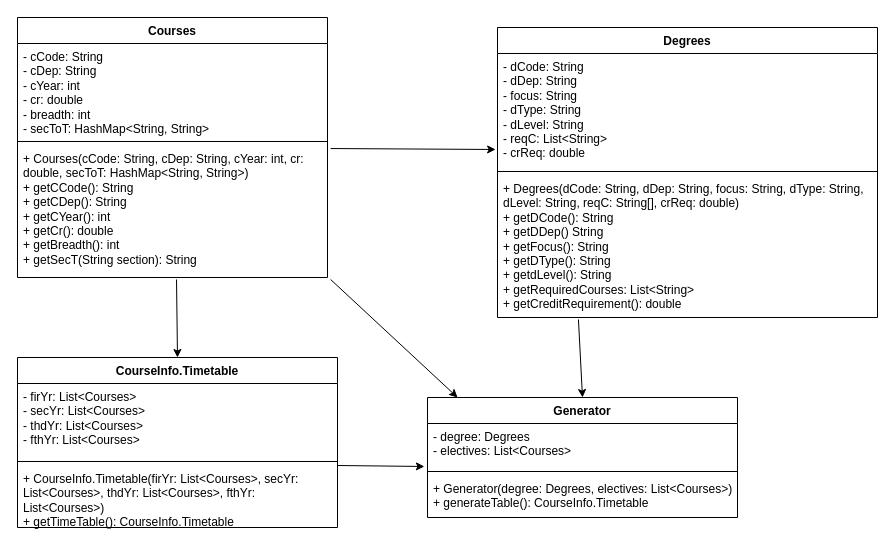
Earlier version of the draw.io diagram UML Diagram.drawio (LuWang95/team-project). Source tidied: cells renumbered, new cells numbered last; positions are measured from the earlier drawing's top-left corner, leaving out a move shared by most shapes. Both pictures are drawn from the tidied source at 100%, with x=0, y=0 at pixel (17, 17).
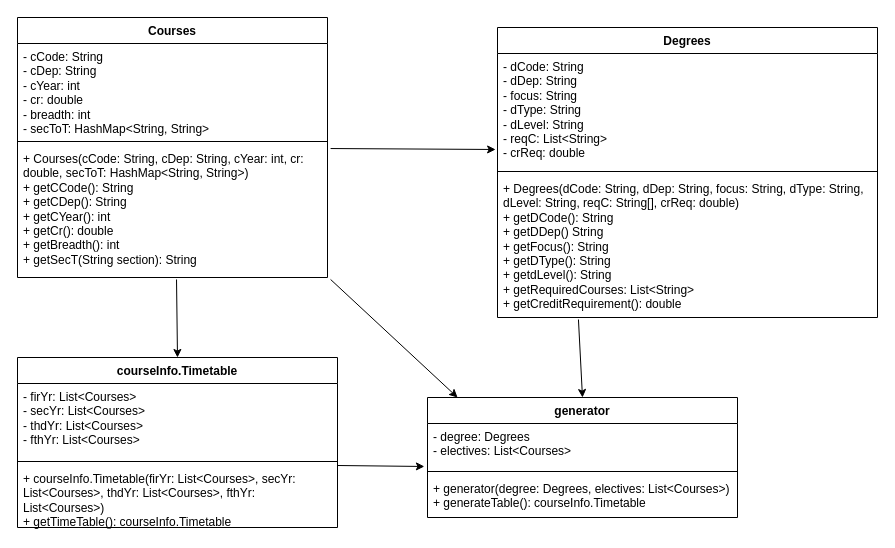
The same page after the edit.

Diff of the diagram source:
```diff
@@
-    <mxCell id="10" value="Generator" style="swimlane;fontStyle=1;align=center;verticalAlign=top;horizontal=1;startSize=26;whiteSpace=wrap;html=1;" parent="1" vertex="1">
+    <mxCell id="10" value="generator" style="swimlane;fontStyle=1;align=center;verticalAlign=top;horizontal=1;startSize=26;whiteSpace=wrap;html=1;" parent="1" vertex="1">
       <mxGeometry x="410" y="380" width="310" height="120" as="geometry" />
     </mxCell>
@@
-    <mxCell id="13" value="+ Generator(degree: Degrees, electives: List&amp;lt;Courses&amp;gt;)&lt;div&gt;+ generateTable(): CourseInfo.Timetable&lt;/div&gt;" style="text;strokeColor=none;fillColor=none;align=left;verticalAlign=top;spacingLeft=4;spacingRight=4;overflow=hidden;whiteSpace=wrap;html=1;" parent="10" vertex="1">
+    <mxCell id="13" value="+ generator(degree: Degrees, electives: List&amp;lt;Courses&amp;gt;)&lt;div&gt;+ generateTable(): courseInfo.Timetable&lt;/div&gt;" style="text;strokeColor=none;fillColor=none;align=left;verticalAlign=top;spacingLeft=4;spacingRight=4;overflow=hidden;whiteSpace=wrap;html=1;" parent="10" vertex="1">
       <mxGeometry y="78" width="310" height="42" as="geometry" />
     </mxCell>
-    <mxCell id="14" value="CourseInfo.Timetable" style="swimlane;fontStyle=1;align=center;verticalAlign=top;horizontal=1;startSize=26;whiteSpace=wrap;html=1;" parent="1" vertex="1">
+    <mxCell id="14" value="courseInfo.Timetable" style="swimlane;fontStyle=1;align=center;verticalAlign=top;horizontal=1;startSize=26;whiteSpace=wrap;html=1;" parent="1" vertex="1">
       <mxGeometry y="340" width="320" height="170" as="geometry" />
     </mxCell>
@@
-    <mxCell id="17" value="+ CourseInfo.Timetable(firYr: List&amp;lt;Courses&amp;gt;, secYr: List&amp;lt;Courses&amp;gt;, thdYr: List&amp;lt;Courses&amp;gt;, fthYr: List&amp;lt;Courses&amp;gt;)&lt;div&gt;+ getTimeTable(): CourseInfo.Timetable&amp;nbsp;&lt;/div&gt;" style="text;strokeColor=none;fillColor=none;align=left;verticalAlign=top;spacingLeft=4;spacingRight=4;overflow=hidden;points=[[0,0.5],[1,0.5]];portConstraint=eastwest;whiteSpace=wrap;html=1;" parent="14" vertex="1">
+    <mxCell id="17" value="+ courseInfo.Timetable(firYr: List&amp;lt;Courses&amp;gt;, secYr: List&amp;lt;Courses&amp;gt;, thdYr: List&amp;lt;Courses&amp;gt;, fthYr: List&amp;lt;Courses&amp;gt;)&lt;div&gt;+ getTimeTable(): courseInfo.Timetable&amp;nbsp;&lt;/div&gt;" style="text;strokeColor=none;fillColor=none;align=left;verticalAlign=top;spacingLeft=4;spacingRight=4;overflow=hidden;points=[[0,0.5],[1,0.5]];portConstraint=eastwest;whiteSpace=wrap;html=1;" parent="14" vertex="1">
       <mxGeometry y="108" width="320" height="62" as="geometry" />
     </mxCell>
```
